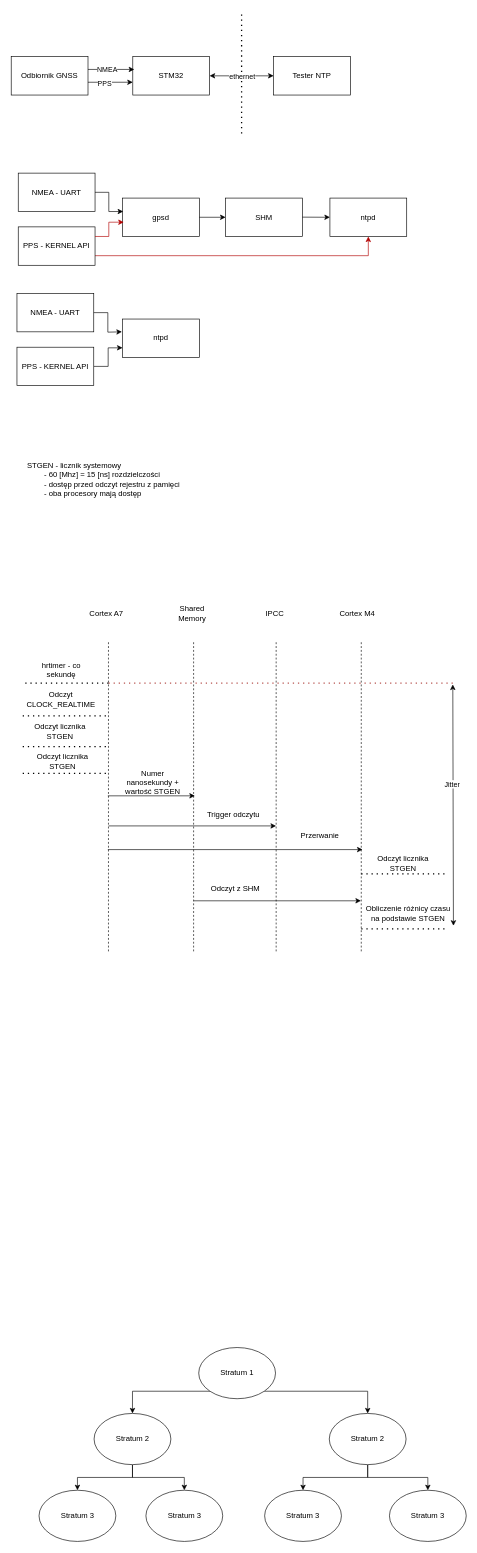
Above: page "Page-1" (1 of 4) of Untitled Diagram.drawio in DominikBudzynski/custom_ntp (draw.io), before the change. Source tidied: cells renumbered, new cells numbered last; positions are measured from the earlier drawing's top-left corner, leaving out a move shared by most shapes. Both pictures are drawn from the tidied source at 64%, with x=0, y=0 at pixel (11, 12).
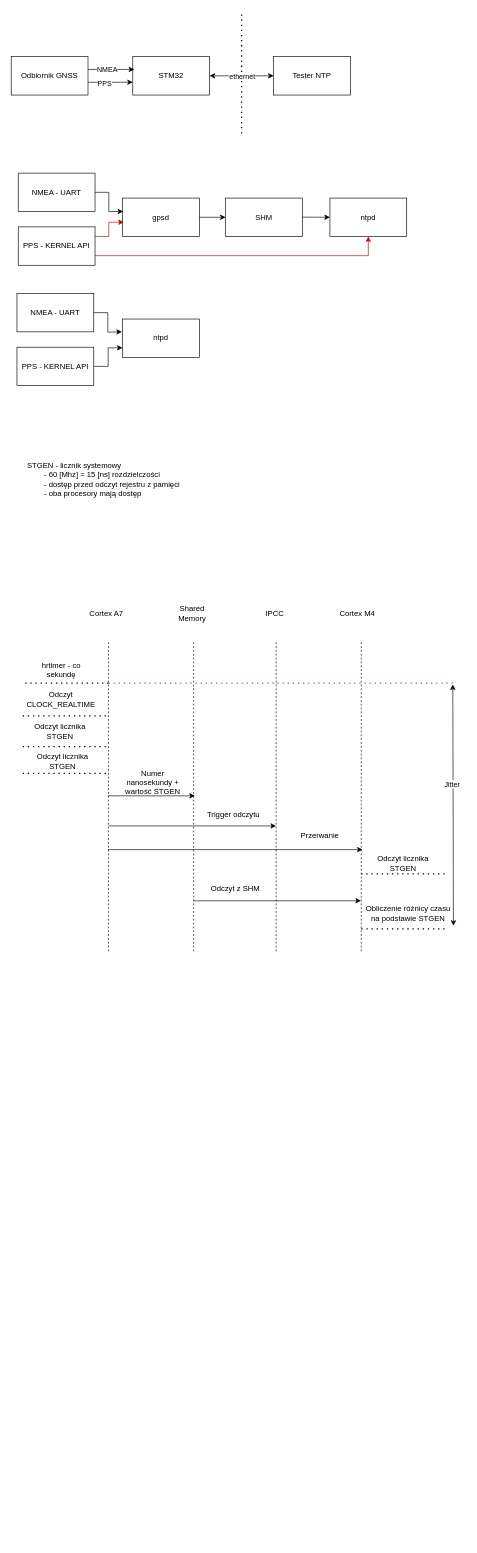
The same diagram, later.

Commit message:
on_wire_protocol

What changed in the source:
```diff
@@
-    <mxCell id="59" style="edgeStyle=orthogonalEdgeStyle;rounded=0;jettySize=auto;html=1;exitX=1;exitY=1;exitDx=0;exitDy=0;entryX=0.5;entryY=0;entryDx=0;entryDy=0;" parent="1" edge="1" source="61" target="64">
-      <mxGeometry relative="1" as="geometry" />
-    </mxCell>
-    <mxCell id="60" style="edgeStyle=orthogonalEdgeStyle;rounded=0;jettySize=auto;html=1;exitX=0;exitY=1;exitDx=0;exitDy=0;entryX=0.5;entryY=0;entryDx=0;entryDy=0;" parent="1" edge="1" source="61" target="67">
-      <mxGeometry relative="1" as="geometry">
-        <Array as="points">
-          <mxPoint x="190" y="2155" />
-          <mxPoint x="190" y="2190" />
-        </Array>
-      </mxGeometry>
-    </mxCell>
-    <mxCell id="61" value="Stratum 1" style="ellipse;whiteSpace=wrap;html=1;direction=east;flipH=0;flipV=0;" parent="1" vertex="1">
-      <mxGeometry x="293" y="2087" width="120" height="80" as="geometry" />
-    </mxCell>
-    <mxCell id="62" style="edgeStyle=orthogonalEdgeStyle;rounded=0;jettySize=auto;html=1;exitX=0.5;exitY=1;exitDx=0;exitDy=0;entryX=0.5;entryY=0;entryDx=0;entryDy=0;" parent="1" edge="1" source="64" target="68">
-      <mxGeometry relative="1" as="geometry" />
-    </mxCell>
-    <mxCell id="63" style="edgeStyle=orthogonalEdgeStyle;rounded=0;jettySize=auto;html=1;exitX=0.5;exitY=1;exitDx=0;exitDy=0;entryX=0.5;entryY=0;entryDx=0;entryDy=0;" parent="1" edge="1" source="64" target="71">
-      <mxGeometry relative="1" as="geometry" />
-    </mxCell>
-    <mxCell id="64" value="Stratum 2" style="ellipse;whiteSpace=wrap;html=1;direction=east;flipH=0;flipV=0;" parent="1" vertex="1">
-      <mxGeometry x="497" y="2190" width="120" height="80" as="geometry" />
-    </mxCell>
-    <mxCell id="65" style="edgeStyle=orthogonalEdgeStyle;rounded=0;jettySize=auto;html=1;exitX=0.5;exitY=1;exitDx=0;exitDy=0;entryX=0.5;entryY=0;entryDx=0;entryDy=0;" parent="1" edge="1" source="67" target="69">
-      <mxGeometry relative="1" as="geometry" />
-    </mxCell>
-    <mxCell id="66" style="edgeStyle=orthogonalEdgeStyle;rounded=0;jettySize=auto;html=1;exitX=0.5;exitY=1;exitDx=0;exitDy=0;entryX=0.5;entryY=0;entryDx=0;entryDy=0;" parent="1" edge="1" source="67" target="70">
-      <mxGeometry relative="1" as="geometry" />
-    </mxCell>
-    <mxCell id="67" value="Stratum 2" style="ellipse;whiteSpace=wrap;html=1;direction=east;flipH=0;flipV=0;" parent="1" vertex="1">
-      <mxGeometry x="129.5" y="2190" width="120" height="80" as="geometry" />
-    </mxCell>
-    <mxCell id="68" value="Stratum 3" style="ellipse;whiteSpace=wrap;html=1;direction=east;flipH=0;flipV=0;" parent="1" vertex="1">
-      <mxGeometry x="591" y="2310" width="120" height="80" as="geometry" />
-    </mxCell>
-    <mxCell id="69" value="Stratum 3" style="ellipse;whiteSpace=wrap;html=1;direction=east;flipH=0;flipV=0;" parent="1" vertex="1">
-      <mxGeometry x="43.5" y="2310" width="120" height="80" as="geometry" />
-    </mxCell>
-    <mxCell id="70" value="Stratum 3" style="ellipse;whiteSpace=wrap;html=1;direction=east;flipH=0;flipV=0;" parent="1" vertex="1">
-      <mxGeometry x="210.5" y="2310" width="120" height="80" as="geometry" />
-    </mxCell>
-    <mxCell id="71" value="Stratum 3" style="ellipse;whiteSpace=wrap;html=1;direction=east;flipH=0;flipV=0;" parent="1" vertex="1">
-      <mxGeometry x="396" y="2310" width="120" height="80" as="geometry" />
-    </mxCell>
```
